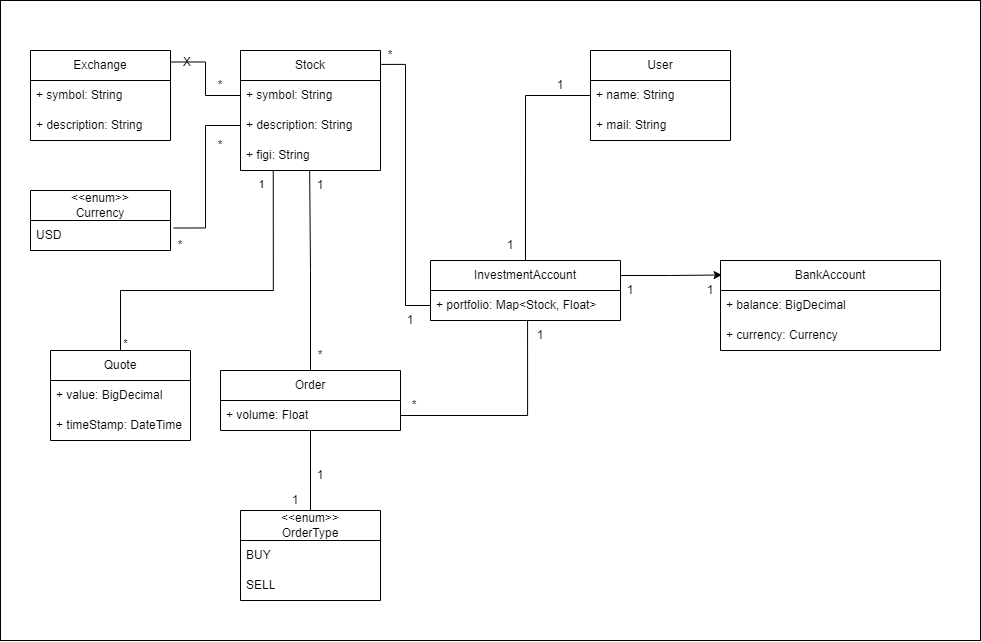
Earlier version of the draw.io export doc/diagrams/domaenenmodell.png (djthomann/FinancePepjekt). Source tidied: cells renumbered, new cells last; positions are measured from the earlier drawing's top-left corner, leaving out a move shared by most shapes.
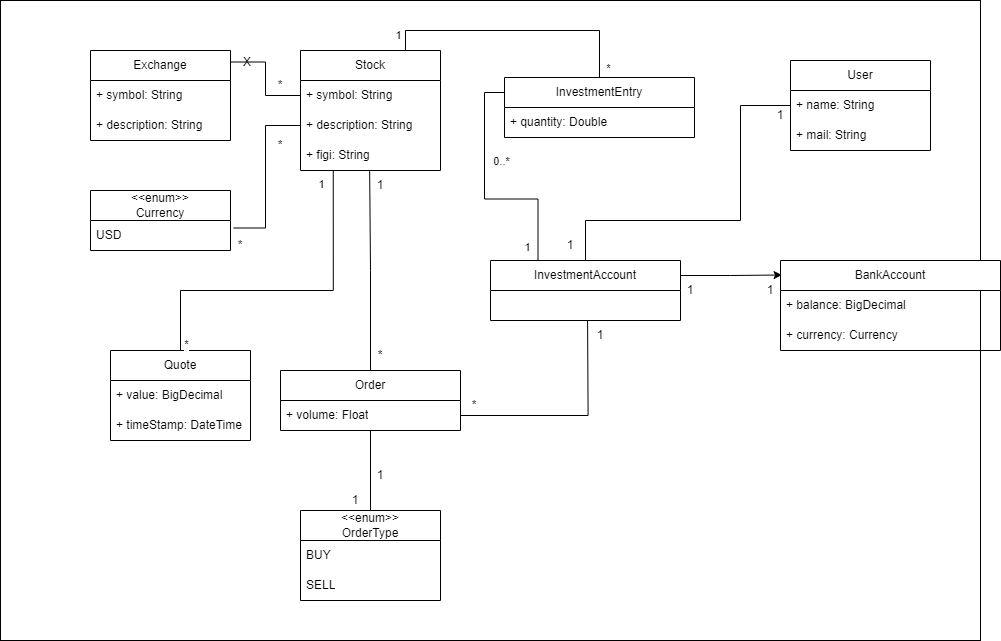
After the commit.

What changed in the source:
```diff
@@ -3,8 +3,21 @@
     <mxCell id="0" />
     <mxCell id="1" parent="0" />
     <mxCell id="2" style="rounded=0;whiteSpace=wrap;html=1;" parent="1" vertex="1">
-      <mxGeometry width="980" height="640" as="geometry" />
+      <mxGeometry x="-60" width="980" height="640" as="geometry" />
     </mxCell>
+    <mxCell id="55" style="edgeStyle=orthogonalEdgeStyle;rounded=0;jettySize=auto;html=1;entryX=0.5;entryY=0;entryDx=0;entryDy=0;exitX=0.75;exitY=0;exitDx=0;exitDy=0;endArrow=none;endFill=0;" parent="1" edge="1" source="3" target="57">
+      <mxGeometry relative="1" as="geometry" />
+    </mxCell>
+    <mxCell id="56" value="1" style="edgeLabel;html=1;align=center;verticalAlign=middle;" parent="55" vertex="1">
+      <mxGeometry x="-0.88" y="2" relative="1" as="geometry">
+        <mxPoint x="-6" as="offset" />
+      </mxGeometry>
+    </mxCell>
+    <mxCell id="46" value="*" style="edgeLabel;html=1;align=center;verticalAlign=middle;" parent="55" vertex="1">
+      <mxGeometry x="0.91" relative="1" as="geometry">
+        <mxPoint x="8" y="2" as="offset" />
+      </mxGeometry>
+    </mxCell>
     <mxCell id="3" value="Stock" style="swimlane;fontStyle=0;horizontal=1;startSize=30;whiteSpace=wrap;html=1;" parent="1" vertex="1">
       <mxGeometry x="240" y="50" width="140" height="120" as="geometry" />
     </mxCell>
@@ -26,9 +39,6 @@
     <mxCell id="9" value="InvestmentAccount" style="swimlane;fontStyle=0;horizontal=1;startSize=30;whiteSpace=wrap;html=1;" parent="1" vertex="1">
       <mxGeometry x="430" y="260" width="190" height="60" as="geometry" />
     </mxCell>
-    <mxCell id="10" value="+ portfolio: Map&amp;lt;Stock, Float&amp;gt;" style="text;strokeColor=none;fillColor=none;align=left;verticalAlign=middle;spacingLeft=4;spacingRight=4;overflow=hidden;points=[[0,0.5],[1,0.5]];portConstraint=eastwest;whiteSpace=wrap;html=1;" parent="9" vertex="1">
-      <mxGeometry y="30" width="190" height="30" as="geometry" />
-    </mxCell>
     <mxCell id="11" value="Exchange" style="swimlane;fontStyle=0;horizontal=1;startSize=30;whiteSpace=wrap;html=1;" parent="1" vertex="1">
       <mxGeometry x="30" y="50" width="140" height="90" as="geometry" />
     </mxCell>
@@ -54,7 +64,7 @@
       <mxGeometry y="30" width="180" height="30" as="geometry" />
     </mxCell>
     <mxCell id="19" value="User" style="swimlane;fontStyle=0;horizontal=1;startSize=30;whiteSpace=wrap;html=1;" parent="1" vertex="1">
-      <mxGeometry x="590" y="50" width="140" height="90" as="geometry" />
+      <mxGeometry x="730" y="60" width="140" height="90" as="geometry" />
     </mxCell>
     <mxCell id="20" value="+ name: String" style="text;strokeColor=none;fillColor=none;align=left;verticalAlign=middle;spacingLeft=4;spacingRight=4;overflow=hidden;points=[[0,0.5],[1,0.5]];portConstraint=eastwest;whiteSpace=wrap;html=1;" parent="19" vertex="1">
       <mxGeometry y="30" width="140" height="30" as="geometry" />
@@ -72,17 +82,20 @@
       <mxGeometry y="60" width="140" height="30" as="geometry" />
     </mxCell>
     <mxCell id="25" value="1" style="text;html=1;strokeColor=none;fillColor=none;align=center;verticalAlign=middle;whiteSpace=wrap;rounded=0;" parent="1" vertex="1">
-      <mxGeometry x="530" y="70" width="60" height="30" as="geometry" />
+      <mxGeometry x="690" y="100" width="60" height="30" as="geometry" />
     </mxCell>
     <mxCell id="26" style="edgeStyle=orthogonalEdgeStyle;rounded=0;jettySize=auto;html=1;exitX=0.5;exitY=0;exitDx=0;exitDy=0;entryX=0;entryY=0.5;entryDx=0;entryDy=0;endArrow=none;endFill=0;" parent="1" edge="1" source="9" target="20">
-      <mxGeometry relative="1" as="geometry" />
+      <mxGeometry relative="1" as="geometry">
+        <Array as="points">
+          <mxPoint x="525" y="220" />
+          <mxPoint x="680" y="220" />
+          <mxPoint x="680" y="105" />
+        </Array>
+      </mxGeometry>
     </mxCell>
     <mxCell id="27" value="1" style="text;html=1;strokeColor=none;fillColor=none;align=center;verticalAlign=middle;whiteSpace=wrap;rounded=0;" parent="1" vertex="1">
       <mxGeometry x="480" y="230" width="60" height="30" as="geometry" />
     </mxCell>
-    <mxCell id="28" style="edgeStyle=orthogonalEdgeStyle;rounded=0;jettySize=auto;html=1;exitX=0;exitY=0.5;exitDx=0;exitDy=0;entryX=1.005;entryY=0.116;entryDx=0;entryDy=0;entryPerimeter=0;endArrow=none;endFill=0;" parent="1" edge="1" source="10" target="3">
-      <mxGeometry relative="1" as="geometry" />
-    </mxCell>
     <mxCell id="29" style="edgeStyle=orthogonalEdgeStyle;rounded=0;jettySize=auto;html=1;exitX=0.5;exitY=0;exitDx=0;exitDy=0;endArrow=none;endFill=0;" parent="1" edge="1" source="22" target="17">
       <mxGeometry relative="1" as="geometry" />
     </mxCell>
@@ -101,8 +114,10 @@
     <mxCell id="34" value="1" style="text;html=1;strokeColor=none;fillColor=none;align=center;verticalAlign=middle;whiteSpace=wrap;rounded=0;" parent="1" vertex="1">
       <mxGeometry x="290" y="170" width="60" height="30" as="geometry" />
     </mxCell>
-    <mxCell id="35" style="edgeStyle=orthogonalEdgeStyle;rounded=0;jettySize=auto;html=1;exitX=1;exitY=0.5;exitDx=0;exitDy=0;entryX=0.511;entryY=1.017;entryDx=0;entryDy=0;entryPerimeter=0;endArrow=none;endFill=0;" parent="1" edge="1" source="18" target="10">
-      <mxGeometry relative="1" as="geometry" />
+    <mxCell id="35" style="edgeStyle=orthogonalEdgeStyle;rounded=0;jettySize=auto;html=1;exitX=1;exitY=0.5;exitDx=0;exitDy=0;entryX=0.511;entryY=1.017;entryDx=0;entryDy=0;entryPerimeter=0;endArrow=none;endFill=0;jumpStyle=arc;" parent="1" edge="1" source="18">
+      <mxGeometry relative="1" as="geometry">
+        <mxPoint x="527.1" y="320.5" as="targetPoint" />
+      </mxGeometry>
     </mxCell>
     <mxCell id="36" value="*" style="text;html=1;strokeColor=none;fillColor=none;align=center;verticalAlign=middle;whiteSpace=wrap;rounded=0;" parent="1" vertex="1">
       <mxGeometry x="384" y="390" width="60" height="30" as="geometry" />
@@ -134,12 +149,6 @@
     <mxCell id="45" value="*" style="text;html=1;strokeColor=none;fillColor=none;align=center;verticalAlign=middle;whiteSpace=wrap;rounded=0;shadow=1;" parent="1" vertex="1">
       <mxGeometry x="150" y="230" width="60" height="30" as="geometry" />
     </mxCell>
-    <mxCell id="46" value="*" style="text;html=1;strokeColor=none;fillColor=none;align=center;verticalAlign=middle;whiteSpace=wrap;rounded=0;" parent="1" vertex="1">
-      <mxGeometry x="360" y="40" width="60" height="30" as="geometry" />
-    </mxCell>
-    <mxCell id="47" value="1" style="text;html=1;strokeColor=none;fillColor=none;align=center;verticalAlign=middle;whiteSpace=wrap;rounded=0;" parent="1" vertex="1">
-      <mxGeometry x="380" y="305" width="60" height="30" as="geometry" />
-    </mxCell>
     <mxCell id="48" value="X" style="text;html=1;strokeColor=none;fillColor=none;align=center;verticalAlign=middle;whiteSpace=wrap;rounded=0;" parent="1" vertex="1">
       <mxGeometry x="157" y="47" width="60" height="30" as="geometry" />
     </mxCell>
@@ -170,5 +179,24 @@
         <mxPoint x="3" y="5" as="offset" />
       </mxGeometry>
     </mxCell>
+    <mxCell id="57" value="InvestmentEntry" style="swimlane;fontStyle=0;horizontal=1;startSize=30;whiteSpace=wrap;html=1;" parent="1" vertex="1">
+      <mxGeometry x="444" y="77" width="190" height="60" as="geometry" />
+    </mxCell>
+    <mxCell id="58" value="+ quantity: Double" style="text;strokeColor=none;fillColor=none;align=left;verticalAlign=middle;spacingLeft=4;spacingRight=4;overflow=hidden;whiteSpace=wrap;html=1;" parent="57" vertex="1">
+      <mxGeometry y="30" width="190" height="30" as="geometry" />
+    </mxCell>
+    <mxCell id="59" style="edgeStyle=orthogonalEdgeStyle;rounded=0;jettySize=auto;html=1;exitX=0;exitY=0.25;exitDx=0;exitDy=0;entryX=0.25;entryY=0;entryDx=0;entryDy=0;endArrow=none;endFill=0;" parent="1" edge="1" source="57" target="9">
+      <mxGeometry relative="1" as="geometry" />
+    </mxCell>
+    <mxCell id="60" value="1" style="edgeLabel;html=1;align=center;verticalAlign=middle;" parent="59" vertex="1">
+      <mxGeometry x="0.84" y="4" relative="1" as="geometry">
+        <mxPoint x="-15" y="6" as="offset" />
+      </mxGeometry>
+    </mxCell>
+    <mxCell id="61" value="0..*" style="edgeLabel;html=1;align=center;verticalAlign=middle;" parent="59" vertex="1">
+      <mxGeometry x="-0.85" y="1" relative="1" as="geometry">
+        <mxPoint x="15" y="67" as="offset" />
+      </mxGeometry>
+    </mxCell>
   </root>
 </mxGraphModel>
```
